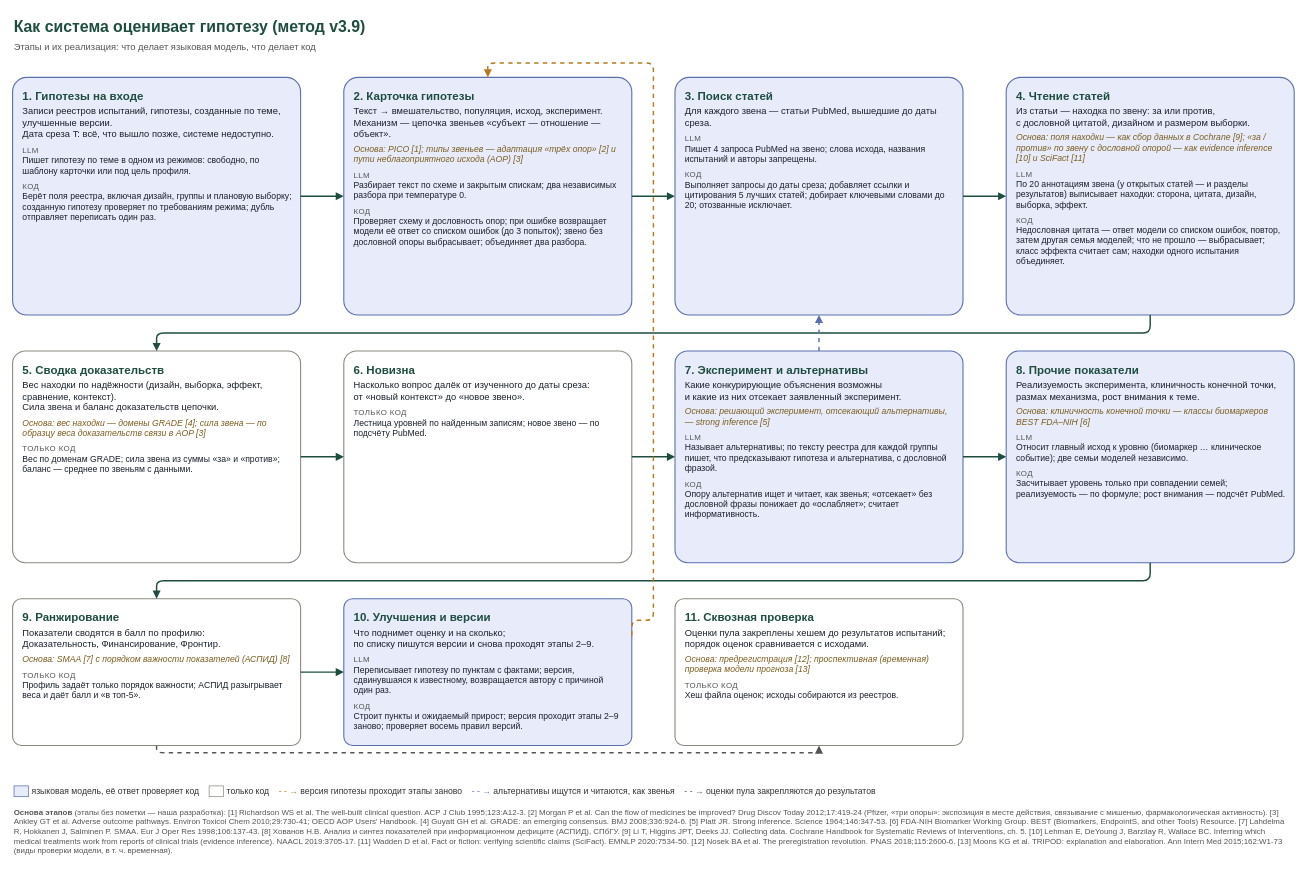
The draw.io diagram docs/system/flow_impl.drawio in danrd/hyp-arena, before the edit. Source tidied: cells renumbered, new cells numbered last; positions are measured from the earlier drawing's top-left corner, leaving out a move shared by most shapes. Both pictures are drawn from the tidied source at 72%, with x=0, y=0 at pixel (12, 12).
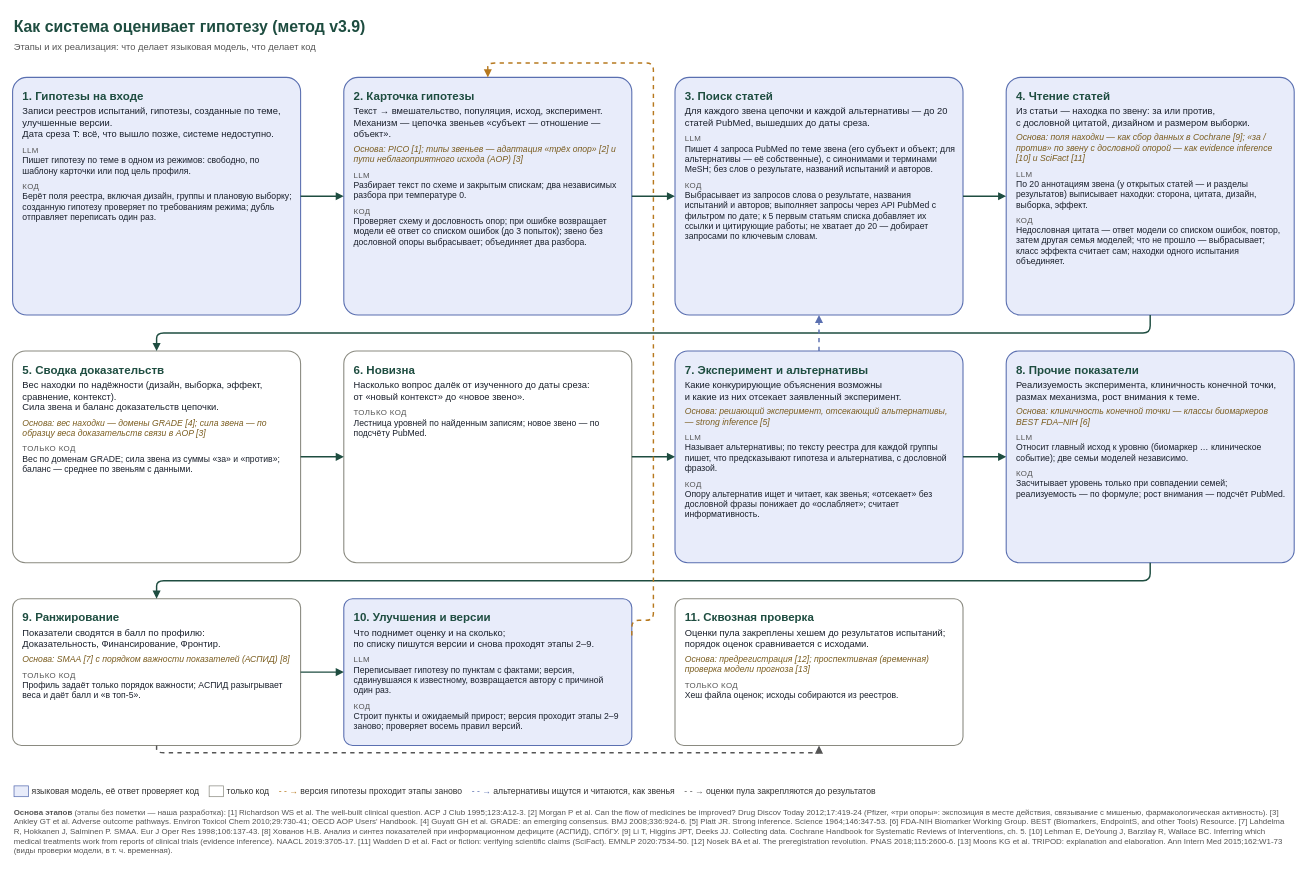
After the change.

Commit message (it also covers changes not shown here):
Search: the outcome line of the query prompt is the link's own object; flow scheme: search stage in plain words

The edit, as a diff of the source:
```diff
@@
-    <mxCell id="5" value="&lt;div style='font-size:16px;color:#1E4D40'&gt;&lt;b&gt;3. Поиск статей&lt;/b&gt;&lt;/div&gt;&lt;div style='margin-top:4px'&gt;Для каждого звена — статьи PubMed, вышедшие до даты среза.&lt;/div&gt;&lt;div style='margin-top:8px;font-size:11px;color:#555;text-transform:uppercase;letter-spacing:0.5px'&gt;LLM&lt;/div&gt;&lt;div style='font-size:12px'&gt;&lt;div&gt;Пишет 4 запроса PubMed на звено; слова исхода, названия испытаний и авторы запрещены.&lt;/div&gt;&lt;/div&gt;&lt;div style='margin-top:8px;font-size:11px;color:#555;text-transform:uppercase;letter-spacing:0.5px'&gt;Код&lt;/div&gt;&lt;div style='font-size:12px'&gt;&lt;div&gt;Выполняет запросы до даты среза; добавляет ссылки и цитирования 5 лучших статей; добирает ключевыми словами до 20; отозванные исключает.&lt;/div&gt;&lt;/div&gt;" style="rounded=1;arcSize=6;whiteSpace=wrap;html=1;fillColor=#E8ECFA;strokeColor=#5A6FB0;strokeWidth=1.5;fontSize=13;fontColor=#1A202C;align=left;verticalAlign=top;spacingLeft=12;spacingRight=10;spacingTop=10;" parent="1" vertex="1">
+    <mxCell id="5" value="&lt;div style='font-size:16px;color:#1E4D40'&gt;&lt;b&gt;3. Поиск статей&lt;/b&gt;&lt;/div&gt;&lt;div style='margin-top:4px'&gt;Для каждого звена цепочки и каждой альтернативы — до 20 статей PubMed, вышедших до даты среза.&lt;/div&gt;&lt;div style='margin-top:8px;font-size:11px;color:#555;text-transform:uppercase;letter-spacing:0.5px'&gt;LLM&lt;/div&gt;&lt;div style='font-size:12px'&gt;&lt;div&gt;Пишет 4 запроса PubMed по теме звена (его субъект и объект; для альтернативы — её собственные), с синонимами и терминами MeSH; без слов о результате, названий испытаний и авторов.&lt;/div&gt;&lt;/div&gt;&lt;div style='margin-top:8px;font-size:11px;color:#555;text-transform:uppercase;letter-spacing:0.5px'&gt;Код&lt;/div&gt;&lt;div style='font-size:12px'&gt;&lt;div&gt;Выбрасывает из запросов слова о результате, названия испытаний и авторов; выполняет запросы через API PubMed с фильтром по дате; к 5 первым статьям списка добавляет их ссылки и цитирующие работы; не хватает до 20 — добирает запросами по ключевым словам.&lt;/div&gt;&lt;/div&gt;" style="rounded=1;arcSize=6;whiteSpace=wrap;html=1;fillColor=#E8ECFA;strokeColor=#5A6FB0;strokeWidth=1.5;fontSize=13;fontColor=#1A202C;align=left;verticalAlign=top;spacingLeft=12;spacingRight=10;spacingTop=10;" parent="1" vertex="1">
       <mxGeometry x="920" y="90" width="400" height="330" as="geometry" />
     </mxCell>
```
